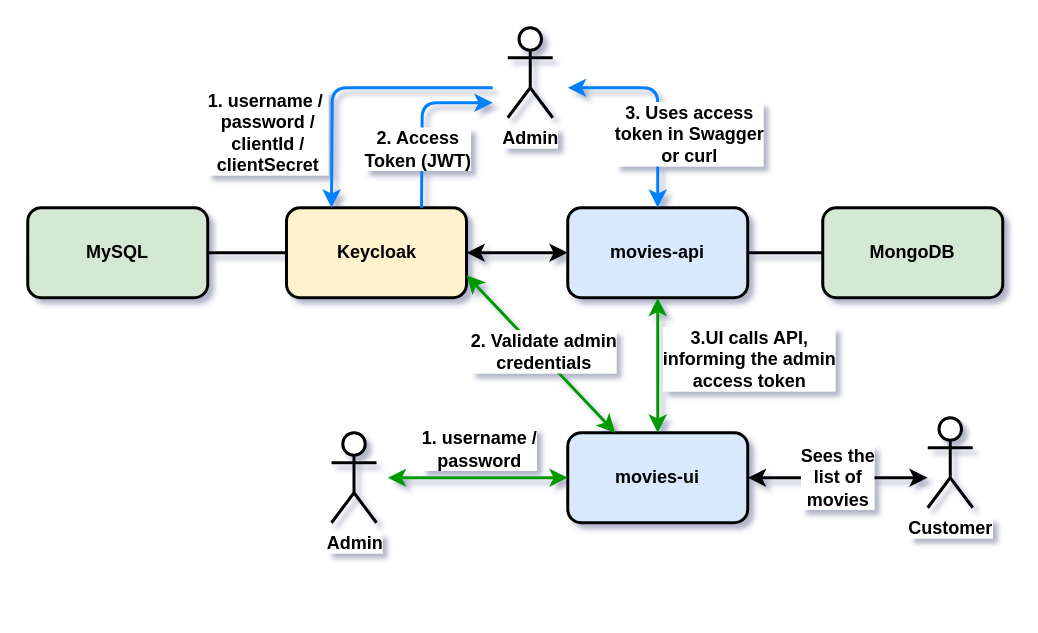
The draw.io diagram images/project-diagram.drawio in ivangfr/springboot-react-keycloak, before the edit. Source tidied: cells renumbered, new cells numbered last; positions are measured from the earlier drawing's top-left corner, leaving out a move shared by most shapes. Both pictures are drawn from the tidied source at 150%, with x=0, y=0 at pixel (27, 27).
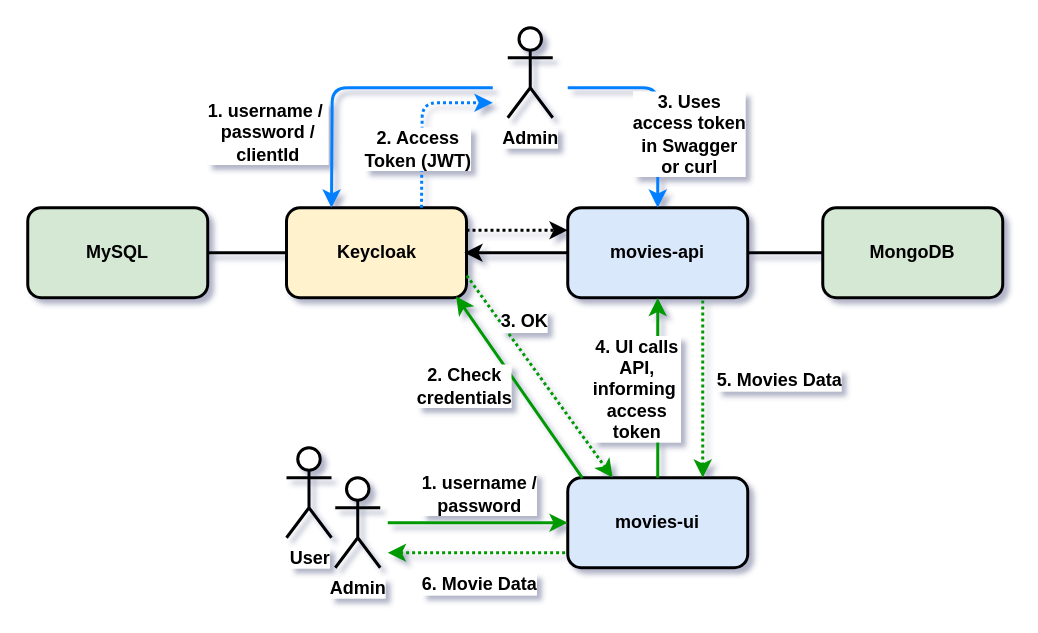
Above is the later version.

Unchanged cells that the change refers to:
```xml
<mxCell id="2" value="Keycloak" style="rounded=1;whiteSpace=wrap;html=1;strokeWidth=2;fontStyle=1;fillColor=#fff2cc;strokeColor=#000000;" parent="1" vertex="1">
  <mxGeometry x="172.5" y="120" width="120" height="60" as="geometry" />
</mxCell>
<mxCell id="5" value="movies-api" style="rounded=1;whiteSpace=wrap;html=1;strokeWidth=2;fontStyle=1;fillColor=#dae8fc;strokeColor=#000000;" parent="1" vertex="1">
  <mxGeometry x="360" y="120" width="120" height="60" as="geometry" />
</mxCell>
```

Diff of the diagram source:
```diff
@@
     <mxCell id="3" value="movies-ui" style="rounded=1;whiteSpace=wrap;html=1;strokeWidth=2;fontStyle=1;fillColor=#dae8fc;strokeColor=#000000;" parent="1" vertex="1">
-      <mxGeometry x="360" y="270" width="120" height="60" as="geometry" />
+      <mxGeometry x="360" y="300" width="120" height="60" as="geometry" />
     </mxCell>
@@
-    <mxCell id="9" style="endArrow=classic;startArrow=classic;html=1;strokeWidth=2;exitX=1;exitY=0.75;exitDx=0;exitDy=0;strokeColor=#009900;" parent="1" edge="1" source="2" target="3">
+    <mxCell id="9" style="endArrow=none;startArrow=classic;html=1;strokeWidth=2;exitX=0.942;exitY=0.984;exitDx=0;exitDy=0;strokeColor=#009900;exitPerimeter=0;entryX=0.081;entryY=0.002;entryDx=0;entryDy=0;endFill=0;entryPerimeter=0;" parent="1" edge="1" source="2" target="3">
       <mxGeometry relative="1" as="geometry" />
     </mxCell>
-    <mxCell id="10" value="&lt;b&gt;2. Validate admin&lt;br&gt;credentials&lt;/b&gt;" style="text;html=1;align=center;verticalAlign=middle;labelBackgroundColor=#ffffff;" parent="9" vertex="1">
-      <mxGeometry y="2" relative="1" as="geometry" />
+    <mxCell id="10" value="&lt;b&gt;2. Check&lt;br&gt;credentials&lt;/b&gt;" style="text;html=1;align=center;verticalAlign=middle;labelBackgroundColor=#ffffff;" parent="9" vertex="1">
+      <mxGeometry y="2" relative="1" as="geometry">
+        <mxPoint x="-39.3" as="offset" />
+      </mxGeometry>
     </mxCell>
-    <mxCell id="11" style="endArrow=classic;startArrow=classic;html=1;strokeWidth=2;exitX=1;exitY=0.5;exitDx=0;exitDy=0;entryX=0;entryY=0.5;entryDx=0;entryDy=0;" parent="1" edge="1" source="2" target="5">
+    <mxCell id="11" style="endArrow=classic;startArrow=none;html=1;strokeWidth=2;exitX=1;exitY=0.25;exitDx=0;exitDy=0;entryX=0;entryY=0.25;entryDx=0;entryDy=0;startFill=0;endFill=1;dashed=1;dashPattern=1 1;" parent="1" edge="1" source="2" target="5">
       <mxGeometry relative="1" as="geometry" />
     </mxCell>
-    <mxCell id="12" style="endArrow=classic;startArrow=classic;html=1;strokeWidth=2;strokeColor=#009900;" parent="1" edge="1">
+    <mxCell id="12" style="endArrow=classic;startArrow=none;html=1;strokeWidth=2;strokeColor=#009900;startFill=0;exitX=0.5;exitY=0;exitDx=0;exitDy=0;" parent="1" edge="1" source="3">
       <mxGeometry relative="1" as="geometry">
-        <mxPoint x="420" y="270" as="sourcePoint" />
         <mxPoint x="420" y="180" as="targetPoint" />
       </mxGeometry>
     </mxCell>
-    <mxCell id="13" value="&lt;b&gt;3.UI calls API,&lt;br&gt;informing the admin&lt;br&gt;access token&lt;br&gt;&lt;/b&gt;" style="text;html=1;align=center;verticalAlign=middle;labelBackgroundColor=#ffffff;" parent="12" vertex="1">
+    <mxCell id="13" value="&lt;b&gt;4. UI calls&lt;br&gt;API,&lt;br&gt;informing&amp;nbsp;&lt;br&gt;access&lt;br&gt;token&lt;br&gt;&lt;/b&gt;" style="text;html=1;align=center;verticalAlign=middle;labelBackgroundColor=#ffffff;" parent="12" vertex="1">
       <mxGeometry x="0.07" relative="1" as="geometry">
-        <mxPoint x="60" y="-2" as="offset" />
+        <mxPoint x="-15" y="4.1" as="offset" />
       </mxGeometry>
     </mxCell>
@@
-    <mxCell id="15" style="endArrow=classic;html=1;strokeWidth=2;entryX=0.5;entryY=0;entryDx=0;entryDy=0;startArrow=classic;startFill=1;strokeColor=#007FFF;" parent="1" edge="1" target="5">
+    <mxCell id="15" style="endArrow=classic;html=1;strokeWidth=2;entryX=0.5;entryY=0;entryDx=0;entryDy=0;startArrow=none;startFill=0;strokeColor=#007FFF;" parent="1" edge="1" target="5">
       <mxGeometry relative="1" as="geometry">
         <mxPoint x="360" y="40" as="sourcePoint" />
         <Array as="points">
           <mxPoint x="420" y="40" />
         </Array>
       </mxGeometry>
     </mxCell>
-    <mxCell id="16" value="&lt;b&gt;&lt;span&gt;3. Uses access&lt;br&gt;token in&amp;nbsp;&lt;/span&gt;&lt;span&gt;Swagger&lt;br&gt;or curl&lt;br&gt;&lt;/span&gt;&lt;/b&gt;" style="text;html=1;align=center;verticalAlign=middle;labelBackgroundColor=#ffffff;" parent="15" vertex="1">
+    <mxCell id="16" value="&lt;b&gt;&lt;span&gt;3. Uses &lt;br&gt;access token&lt;br&gt;in&amp;nbsp;&lt;/span&gt;&lt;span&gt;Swagger&lt;br&gt;or curl&lt;br&gt;&lt;/span&gt;&lt;/b&gt;" style="text;html=1;align=center;verticalAlign=middle;labelBackgroundColor=#ffffff;" parent="15" vertex="1">
       <mxGeometry x="-0.09" y="1" relative="1" as="geometry">
         <mxPoint x="19" y="26" as="offset" />
       </mxGeometry>
     </mxCell>
-    <mxCell id="17" value="&lt;b style=&quot;font-size: 12px&quot;&gt;&lt;span&gt;1. username /&amp;nbsp;&lt;br&gt;password /&lt;br&gt;clientId /&lt;br&gt;clientSecret&lt;br&gt;&lt;/span&gt;&lt;/b&gt;" style="endArrow=classic;html=1;strokeWidth=2;entryX=0.25;entryY=0;entryDx=0;entryDy=0;startArrow=none;startFill=0;strokeColor=#007FFF;endFill=1;" parent="1" edge="1" target="2">
+    <mxCell id="17" value="&lt;b style=&quot;font-size: 12px&quot;&gt;&lt;span&gt;1. username /&amp;nbsp;&lt;br&gt;password /&lt;br&gt;clientId&lt;br&gt;&lt;/span&gt;&lt;/b&gt;" style="endArrow=classic;html=1;strokeWidth=2;entryX=0.25;entryY=0;entryDx=0;entryDy=0;startArrow=none;startFill=0;strokeColor=#007FFF;endFill=1;" parent="1" edge="1" target="2">
       <mxGeometry x="0.14" y="52" relative="1" as="geometry">
         <mxPoint x="310" y="40" as="sourcePoint" />
         <Array as="points">
           <mxPoint x="203" y="40" />
         </Array>
         <mxPoint x="-95" y="30" as="offset" />
       </mxGeometry>
     </mxCell>
     <mxCell id="18" value="&lt;b&gt;Admin&lt;/b&gt;" style="shape=umlActor;verticalLabelPosition=bottom;labelBackgroundColor=#ffffff;verticalAlign=top;html=1;strokeColor=#000000;strokeWidth=2;" parent="1" vertex="1">
-      <mxGeometry x="202.5" y="270" width="30" height="60" as="geometry" />
+      <mxGeometry x="205" y="300" width="30" height="60" as="geometry" />
     </mxCell>
-    <mxCell id="19" style="endArrow=classic;startArrow=classic;html=1;strokeWidth=2;entryX=0;entryY=0.5;entryDx=0;entryDy=0;strokeColor=#009900;" parent="1" edge="1" target="3">
+    <mxCell id="19" style="endArrow=classic;startArrow=none;html=1;strokeWidth=2;entryX=0;entryY=0.5;entryDx=0;entryDy=0;strokeColor=#009900;startFill=0;" parent="1" edge="1" target="3">
       <mxGeometry relative="1" as="geometry">
-        <mxPoint x="240" y="300" as="sourcePoint" />
+        <mxPoint x="240" y="330" as="sourcePoint" />
       </mxGeometry>
     </mxCell>
@@
-    <mxCell id="21" value="&lt;b&gt;Customer&lt;/b&gt;" style="shape=umlActor;verticalLabelPosition=bottom;labelBackgroundColor=#ffffff;verticalAlign=top;html=1;strokeColor=#000000;strokeWidth=2;" parent="1" vertex="1">
-      <mxGeometry x="600" y="260" width="30" height="60" as="geometry" />
+    <mxCell id="21" value="&lt;b&gt;User&lt;/b&gt;" style="shape=umlActor;verticalLabelPosition=bottom;labelBackgroundColor=#ffffff;verticalAlign=top;html=1;strokeColor=#000000;strokeWidth=2;" parent="1" vertex="1">
+      <mxGeometry x="172.5" y="280" width="30" height="60" as="geometry" />
     </mxCell>
-    <mxCell id="22" style="endArrow=classic;startArrow=classic;html=1;strokeWidth=2;exitX=1;exitY=0.5;exitDx=0;exitDy=0;" parent="1" edge="1" source="3">
-      <mxGeometry relative="1" as="geometry">
-        <mxPoint x="600" y="300" as="targetPoint" />
-      </mxGeometry>
-    </mxCell>
-    <mxCell id="23" value="&lt;b&gt;Sees the&lt;br&gt;list of&lt;br&gt;movies&lt;/b&gt;&lt;br&gt;" style="text;html=1;align=center;verticalAlign=middle;labelBackgroundColor=#ffffff;" parent="22" vertex="1">
-      <mxGeometry x="-0.02" y="1" relative="1" as="geometry" />
-    </mxCell>
-    <mxCell id="24" value="&lt;b&gt;&lt;span&gt;&lt;br&gt;&lt;/span&gt;&lt;/b&gt;" style="endArrow=classic;html=1;strokeWidth=2;startArrow=none;startFill=0;strokeColor=#007FFF;endFill=1;exitX=0.75;exitY=0;exitDx=0;exitDy=0;" parent="1" edge="1" source="2">
+    <mxCell id="24" value="&lt;b&gt;&lt;span&gt;&lt;br&gt;&lt;/span&gt;&lt;/b&gt;" style="endArrow=classic;html=1;strokeWidth=2;startArrow=none;startFill=0;strokeColor=#007FFF;endFill=1;exitX=0.75;exitY=0;exitDx=0;exitDy=0;dashed=1;dashPattern=1 1;" parent="1" edge="1" source="2">
       <mxGeometry x="0.14" y="47" relative="1" as="geometry">
         <mxPoint x="310" y="50" as="targetPoint" />
         <Array as="points">
           <mxPoint x="263" y="50" />
         </Array>
         <mxPoint x="-90" y="20" as="offset" />
       </mxGeometry>
     </mxCell>
@@
+    <mxCell id="26" style="endArrow=none;startArrow=classic;html=1;strokeWidth=2;exitX=0.25;exitY=0;exitDx=0;exitDy=0;strokeColor=#009900;entryX=1;entryY=0.75;entryDx=0;entryDy=0;endFill=0;dashed=1;dashPattern=1 1;" parent="1" edge="1" source="3" target="2">
+      <mxGeometry relative="1" as="geometry" />
+    </mxCell>
+    <mxCell id="27" value="&lt;b&gt;3. OK&lt;/b&gt;" style="text;html=1;align=center;verticalAlign=middle;labelBackgroundColor=#ffffff;" parent="26" vertex="1">
+      <mxGeometry y="2" relative="1" as="geometry">
+        <mxPoint x="-9.7" y="-38.8" as="offset" />
+      </mxGeometry>
+    </mxCell>
+    <mxCell id="28" style="endArrow=none;startArrow=classic;html=1;strokeWidth=2;strokeColor=#009900;startFill=1;entryX=0.75;entryY=1;entryDx=0;entryDy=0;exitX=0.75;exitY=0;exitDx=0;exitDy=0;endFill=0;dashed=1;dashPattern=1 1;" parent="1" edge="1" source="3" target="5">
+      <mxGeometry relative="1" as="geometry" />
+    </mxCell>
+    <mxCell id="29" value="&lt;b&gt;5. Movies Data&lt;br&gt;&lt;/b&gt;" style="text;html=1;align=center;verticalAlign=middle;labelBackgroundColor=#ffffff;" parent="28" vertex="1">
+      <mxGeometry x="0.07" relative="1" as="geometry">
+        <mxPoint x="50" y="-2" as="offset" />
+      </mxGeometry>
+    </mxCell>
+    <mxCell id="30" style="endArrow=none;startArrow=classic;html=1;strokeWidth=2;entryX=0;entryY=0.5;entryDx=0;entryDy=0;strokeColor=#009900;startFill=1;endFill=0;dashed=1;dashPattern=1 1;" parent="1" edge="1">
+      <mxGeometry relative="1" as="geometry">
+        <mxPoint x="240" y="350" as="sourcePoint" />
+        <mxPoint x="360" y="350" as="targetPoint" />
+      </mxGeometry>
+    </mxCell>
+    <mxCell id="31" value="&lt;b&gt;6. Movie Data&lt;br&gt;&lt;/b&gt;" style="text;html=1;align=center;verticalAlign=middle;labelBackgroundColor=#ffffff;" parent="30" vertex="1">
+      <mxGeometry x="-0.18" y="1" relative="1" as="geometry">
+        <mxPoint x="11" y="21" as="offset" />
+      </mxGeometry>
+    </mxCell>
+    <mxCell id="32" style="endArrow=none;startArrow=classic;html=1;strokeWidth=2;entryX=0;entryY=0.5;entryDx=0;entryDy=0;startFill=1;endFill=0;" parent="1" edge="1" target="5">
+      <mxGeometry relative="1" as="geometry">
+        <mxPoint x="291" y="150" as="sourcePoint" />
+      </mxGeometry>
+    </mxCell>
```
